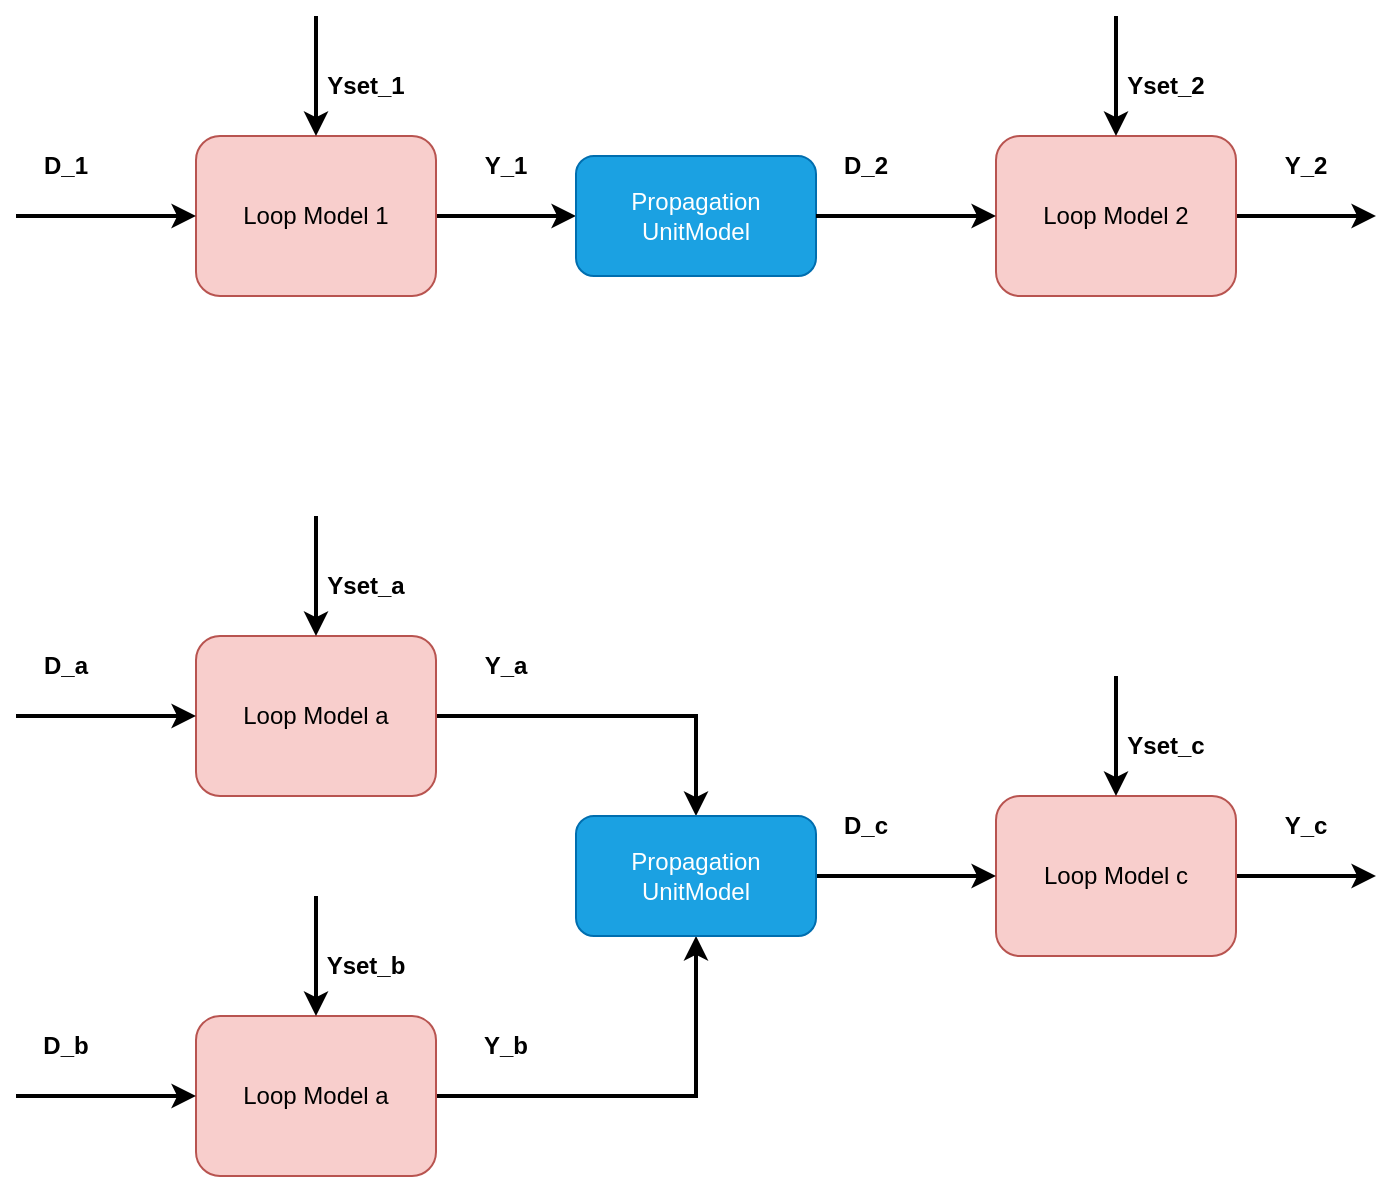
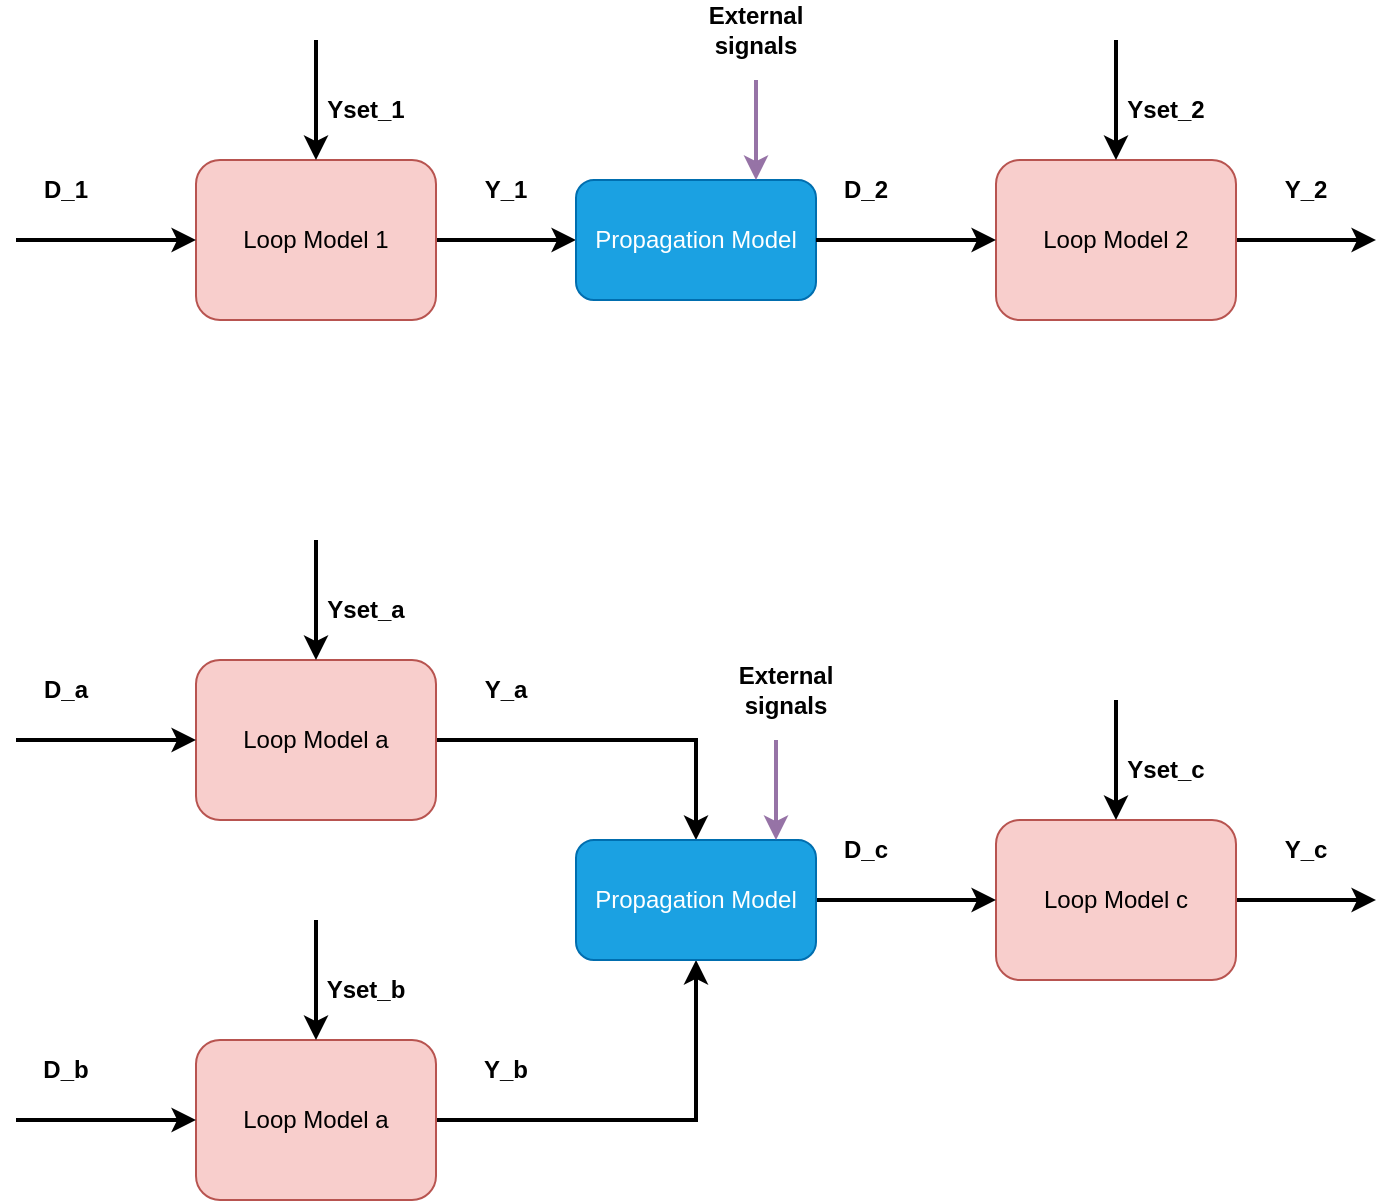
<mxfile host="app.diagrams.net" agent="5.0 (Windows NT 10.0; Win64; x64) AppleWebKit/537.36 (KHTML, like Gecko) Chrome/94.0.4606.81 Safari/537.36 Edg/94.0.992.50">
  <diagram id="fzO03wv9BZFiFF_Ac6_G" name="Page-1">
-     <mxGraphModel dx="1449" dy="1065" grid="1" gridSize="10" guides="1" tooltips="1" connect="1" arrows="1" fold="1" page="1" pageScale="1" pageWidth="850" pageHeight="1100" math="0" shadow="0">
+     <mxGraphModel dx="1370" dy="1002" grid="1" gridSize="10" guides="1" tooltips="1" connect="1" arrows="1" fold="1" page="1" pageScale="1" pageWidth="850" pageHeight="1100" math="0" shadow="0">
      <root>
        <mxCell id="0" />
        <mxCell id="1" parent="0" />
        <mxCell id="nUzw-Zuf8LoMZrGpods9-13" edge="1" parent="1" source="nUzw-Zuf8LoMZrGpods9-3" style="edgeStyle=orthogonalEdgeStyle;rounded=0;orthogonalLoop=1;jettySize=auto;html=1;exitX=1;exitY=0.5;exitDx=0;exitDy=0;strokeWidth=2;">
          <mxGeometry relative="1" as="geometry">
            <mxPoint x="350" y="160" as="targetPoint" />
          </mxGeometry>
        </mxCell>
        <mxCell id="nUzw-Zuf8LoMZrGpods9-3" parent="1" style="rounded=1;whiteSpace=wrap;html=1;fillColor=#f8cecc;strokeColor=#b85450;" value="Loop Model 1" vertex="1">
          <mxGeometry height="80" width="120" x="160" y="120" as="geometry" />
        </mxCell>
        <mxCell id="nUzw-Zuf8LoMZrGpods9-6" edge="1" parent="1" style="edgeStyle=segmentEdgeStyle;endArrow=classic;html=1;rounded=0;strokeWidth=2;entryX=0;entryY=0.5;entryDx=0;entryDy=0;fillColor=#f0a30a;strokeColor=#000000;" target="nUzw-Zuf8LoMZrGpods9-3" value="">
          <mxGeometry height="50" width="50" x="80" y="60" as="geometry">
            <Array as="points" />
            <mxPoint x="70" y="160" as="sourcePoint" />
            <mxPoint x="160" y="139" as="targetPoint" />
          </mxGeometry>
        </mxCell>
        <mxCell id="nUzw-Zuf8LoMZrGpods9-14" edge="1" parent="1" style="edgeStyle=segmentEdgeStyle;endArrow=classic;html=1;rounded=0;strokeWidth=2;entryX=0.5;entryY=0;entryDx=0;entryDy=0;fillColor=#f0a30a;strokeColor=#000000;" target="nUzw-Zuf8LoMZrGpods9-3" value="">
          <mxGeometry height="50" width="50" x="80" y="60" as="geometry">
            <mxPoint x="220" y="60" as="sourcePoint" />
            <mxPoint x="380" y="410" as="targetPoint" />
          </mxGeometry>
        </mxCell>
        <mxCell id="nUzw-Zuf8LoMZrGpods9-15" parent="1" style="text;html=1;strokeColor=none;fillColor=none;align=center;verticalAlign=middle;whiteSpace=wrap;rounded=0;" value="&lt;b&gt;D_1&lt;/b&gt;" vertex="1">
          <mxGeometry height="30" width="30" x="80" y="120" as="geometry" />
        </mxCell>
        <mxCell id="nUzw-Zuf8LoMZrGpods9-16" parent="1" style="text;html=1;strokeColor=none;fillColor=none;align=center;verticalAlign=middle;whiteSpace=wrap;rounded=0;" value="&lt;b&gt;Yset_1&lt;/b&gt;" vertex="1">
          <mxGeometry height="30" width="30" x="230" y="80" as="geometry" />
        </mxCell>
        <mxCell id="nUzw-Zuf8LoMZrGpods9-17" parent="1" style="text;html=1;strokeColor=none;fillColor=none;align=center;verticalAlign=middle;whiteSpace=wrap;rounded=0;" value="&lt;b&gt;Y_1&lt;/b&gt;" vertex="1">
          <mxGeometry height="30" width="30" x="300" y="120" as="geometry" />
        </mxCell>
        <mxCell id="nUzw-Zuf8LoMZrGpods9-19" edge="1" parent="1" source="nUzw-Zuf8LoMZrGpods9-20" style="edgeStyle=orthogonalEdgeStyle;rounded=0;orthogonalLoop=1;jettySize=auto;html=1;exitX=1;exitY=0.5;exitDx=0;exitDy=0;strokeWidth=2;entryX=0.5;entryY=0;entryDx=0;entryDy=0;" target="nUzw-Zuf8LoMZrGpods9-48">
          <mxGeometry relative="1" as="geometry">
            <mxPoint x="350" y="410" as="targetPoint" />
          </mxGeometry>
        </mxCell>
        <mxCell id="nUzw-Zuf8LoMZrGpods9-20" parent="1" style="rounded=1;whiteSpace=wrap;html=1;fillColor=#f8cecc;strokeColor=#b85450;" value="Loop Model a" vertex="1">
          <mxGeometry height="80" width="120" x="160" y="370" as="geometry" />
        </mxCell>
        <mxCell id="nUzw-Zuf8LoMZrGpods9-21" edge="1" parent="1" style="edgeStyle=segmentEdgeStyle;endArrow=classic;html=1;rounded=0;strokeWidth=2;entryX=0;entryY=0.5;entryDx=0;entryDy=0;fillColor=#f0a30a;strokeColor=#000000;" target="nUzw-Zuf8LoMZrGpods9-20" value="">
          <mxGeometry height="50" width="50" x="80" y="60" as="geometry">
            <Array as="points" />
            <mxPoint x="70" y="410" as="sourcePoint" />
            <mxPoint x="160" y="389" as="targetPoint" />
          </mxGeometry>
        </mxCell>
        <mxCell id="nUzw-Zuf8LoMZrGpods9-22" edge="1" parent="1" style="edgeStyle=segmentEdgeStyle;endArrow=classic;html=1;rounded=0;strokeWidth=2;entryX=0.5;entryY=0;entryDx=0;entryDy=0;fillColor=#f0a30a;strokeColor=#000000;" target="nUzw-Zuf8LoMZrGpods9-20" value="">
          <mxGeometry height="50" width="50" x="80" y="60" as="geometry">
            <mxPoint x="220" y="310" as="sourcePoint" />
            <mxPoint x="380" y="660" as="targetPoint" />
          </mxGeometry>
        </mxCell>
        <mxCell id="nUzw-Zuf8LoMZrGpods9-23" parent="1" style="text;html=1;strokeColor=none;fillColor=none;align=center;verticalAlign=middle;whiteSpace=wrap;rounded=0;" value="&lt;b&gt;D_a&lt;/b&gt;" vertex="1">
          <mxGeometry height="30" width="30" x="80" y="370" as="geometry" />
        </mxCell>
        <mxCell id="nUzw-Zuf8LoMZrGpods9-24" parent="1" style="text;html=1;strokeColor=none;fillColor=none;align=center;verticalAlign=middle;whiteSpace=wrap;rounded=0;" value="&lt;b&gt;Yset_a&lt;/b&gt;" vertex="1">
          <mxGeometry height="30" width="30" x="230" y="330" as="geometry" />
        </mxCell>
        <mxCell id="nUzw-Zuf8LoMZrGpods9-25" parent="1" style="text;html=1;strokeColor=none;fillColor=none;align=center;verticalAlign=middle;whiteSpace=wrap;rounded=0;" value="&lt;b&gt;Y_a&lt;/b&gt;" vertex="1">
          <mxGeometry height="30" width="30" x="300" y="370" as="geometry" />
        </mxCell>
-         <mxCell id="nUzw-Zuf8LoMZrGpods9-26" parent="1" style="rounded=1;whiteSpace=wrap;html=1;fillColor=#1ba1e2;strokeColor=#006EAF;fontColor=#ffffff;" value="Propagation UnitModel" vertex="1">
+         <mxCell id="nUzw-Zuf8LoMZrGpods9-26" parent="1" style="rounded=1;whiteSpace=wrap;html=1;fillColor=#1ba1e2;strokeColor=#006EAF;fontColor=#ffffff;" value="Propagation Model" vertex="1">
          <mxGeometry height="60" width="120" x="350" y="130" as="geometry" />
        </mxCell>
        <mxCell id="nUzw-Zuf8LoMZrGpods9-27" edge="1" parent="1" source="nUzw-Zuf8LoMZrGpods9-28" style="edgeStyle=orthogonalEdgeStyle;rounded=0;orthogonalLoop=1;jettySize=auto;html=1;exitX=1;exitY=0.5;exitDx=0;exitDy=0;strokeWidth=2;">
          <mxGeometry relative="1" as="geometry">
            <mxPoint x="750" y="160" as="targetPoint" />
          </mxGeometry>
        </mxCell>
        <mxCell id="nUzw-Zuf8LoMZrGpods9-28" parent="1" style="rounded=1;whiteSpace=wrap;html=1;fillColor=#f8cecc;strokeColor=#b85450;" value="Loop Model 2" vertex="1">
          <mxGeometry height="80" width="120" x="560" y="120" as="geometry" />
        </mxCell>
        <mxCell id="nUzw-Zuf8LoMZrGpods9-29" edge="1" parent="1" style="edgeStyle=segmentEdgeStyle;endArrow=classic;html=1;rounded=0;strokeWidth=2;entryX=0;entryY=0.5;entryDx=0;entryDy=0;fillColor=#f0a30a;strokeColor=#000000;" target="nUzw-Zuf8LoMZrGpods9-28" value="">
          <mxGeometry height="50" width="50" x="80" y="60" as="geometry">
            <Array as="points" />
            <mxPoint x="470" y="160" as="sourcePoint" />
            <mxPoint x="560" y="139" as="targetPoint" />
          </mxGeometry>
        </mxCell>
        <mxCell id="nUzw-Zuf8LoMZrGpods9-30" edge="1" parent="1" style="edgeStyle=segmentEdgeStyle;endArrow=classic;html=1;rounded=0;strokeWidth=2;entryX=0.5;entryY=0;entryDx=0;entryDy=0;fillColor=#f0a30a;strokeColor=#000000;" target="nUzw-Zuf8LoMZrGpods9-28" value="">
          <mxGeometry height="50" width="50" x="80" y="60" as="geometry">
            <mxPoint x="620" y="60" as="sourcePoint" />
            <mxPoint x="780" y="410" as="targetPoint" />
          </mxGeometry>
        </mxCell>
        <mxCell id="nUzw-Zuf8LoMZrGpods9-31" parent="1" style="text;html=1;strokeColor=none;fillColor=none;align=center;verticalAlign=middle;whiteSpace=wrap;rounded=0;" value="&lt;b&gt;D_2&lt;/b&gt;" vertex="1">
          <mxGeometry height="30" width="30" x="480" y="120" as="geometry" />
        </mxCell>
        <mxCell id="nUzw-Zuf8LoMZrGpods9-32" parent="1" style="text;html=1;strokeColor=none;fillColor=none;align=center;verticalAlign=middle;whiteSpace=wrap;rounded=0;" value="&lt;b&gt;Yset_2&lt;/b&gt;" vertex="1">
          <mxGeometry height="30" width="30" x="630" y="80" as="geometry" />
        </mxCell>
        <mxCell id="nUzw-Zuf8LoMZrGpods9-33" parent="1" style="text;html=1;strokeColor=none;fillColor=none;align=center;verticalAlign=middle;whiteSpace=wrap;rounded=0;" value="&lt;b&gt;Y_2&lt;/b&gt;" vertex="1">
          <mxGeometry height="30" width="30" x="700" y="120" as="geometry" />
        </mxCell>
        <mxCell id="nUzw-Zuf8LoMZrGpods9-34" edge="1" parent="1" source="nUzw-Zuf8LoMZrGpods9-35" style="edgeStyle=orthogonalEdgeStyle;rounded=0;orthogonalLoop=1;jettySize=auto;html=1;exitX=1;exitY=0.5;exitDx=0;exitDy=0;strokeWidth=2;entryX=0.5;entryY=1;entryDx=0;entryDy=0;" target="nUzw-Zuf8LoMZrGpods9-48">
          <mxGeometry relative="1" as="geometry">
            <mxPoint x="350" y="600" as="targetPoint" />
          </mxGeometry>
        </mxCell>
        <mxCell id="nUzw-Zuf8LoMZrGpods9-35" parent="1" style="rounded=1;whiteSpace=wrap;html=1;fillColor=#f8cecc;strokeColor=#b85450;" value="Loop Model a" vertex="1">
          <mxGeometry height="80" width="120" x="160" y="560" as="geometry" />
        </mxCell>
        <mxCell id="nUzw-Zuf8LoMZrGpods9-36" edge="1" parent="1" style="edgeStyle=segmentEdgeStyle;endArrow=classic;html=1;rounded=0;strokeWidth=2;entryX=0;entryY=0.5;entryDx=0;entryDy=0;fillColor=#f0a30a;strokeColor=#000000;" target="nUzw-Zuf8LoMZrGpods9-35" value="">
          <mxGeometry height="50" width="50" x="80" y="60" as="geometry">
            <Array as="points" />
            <mxPoint x="70" y="600" as="sourcePoint" />
            <mxPoint x="160" y="579" as="targetPoint" />
          </mxGeometry>
        </mxCell>
        <mxCell id="nUzw-Zuf8LoMZrGpods9-37" edge="1" parent="1" style="edgeStyle=segmentEdgeStyle;endArrow=classic;html=1;rounded=0;strokeWidth=2;entryX=0.5;entryY=0;entryDx=0;entryDy=0;fillColor=#f0a30a;strokeColor=#000000;" target="nUzw-Zuf8LoMZrGpods9-35" value="">
          <mxGeometry height="50" width="50" x="80" y="60" as="geometry">
            <mxPoint x="220" y="500" as="sourcePoint" />
            <mxPoint x="380" y="850" as="targetPoint" />
          </mxGeometry>
        </mxCell>
        <mxCell id="nUzw-Zuf8LoMZrGpods9-38" parent="1" style="text;html=1;strokeColor=none;fillColor=none;align=center;verticalAlign=middle;whiteSpace=wrap;rounded=0;" value="&lt;b&gt;D_b&lt;/b&gt;" vertex="1">
          <mxGeometry height="30" width="30" x="80" y="560" as="geometry" />
        </mxCell>
        <mxCell id="nUzw-Zuf8LoMZrGpods9-39" parent="1" style="text;html=1;strokeColor=none;fillColor=none;align=center;verticalAlign=middle;whiteSpace=wrap;rounded=0;" value="&lt;b&gt;Yset_b&lt;/b&gt;" vertex="1">
          <mxGeometry height="30" width="30" x="230" y="520" as="geometry" />
        </mxCell>
        <mxCell id="nUzw-Zuf8LoMZrGpods9-40" parent="1" style="text;html=1;strokeColor=none;fillColor=none;align=center;verticalAlign=middle;whiteSpace=wrap;rounded=0;" value="&lt;b&gt;Y_b&lt;/b&gt;" vertex="1">
          <mxGeometry height="30" width="30" x="300" y="560" as="geometry" />
        </mxCell>
        <mxCell id="nUzw-Zuf8LoMZrGpods9-41" edge="1" parent="1" source="nUzw-Zuf8LoMZrGpods9-42" style="edgeStyle=orthogonalEdgeStyle;rounded=0;orthogonalLoop=1;jettySize=auto;html=1;exitX=1;exitY=0.5;exitDx=0;exitDy=0;strokeWidth=2;">
          <mxGeometry relative="1" as="geometry">
            <mxPoint x="750" y="490" as="targetPoint" />
          </mxGeometry>
        </mxCell>
        <mxCell id="nUzw-Zuf8LoMZrGpods9-42" parent="1" style="rounded=1;whiteSpace=wrap;html=1;fillColor=#f8cecc;strokeColor=#b85450;" value="Loop Model c" vertex="1">
          <mxGeometry height="80" width="120" x="560" y="450" as="geometry" />
        </mxCell>
        <mxCell id="nUzw-Zuf8LoMZrGpods9-43" edge="1" parent="1" style="edgeStyle=segmentEdgeStyle;endArrow=classic;html=1;rounded=0;strokeWidth=2;entryX=0;entryY=0.5;entryDx=0;entryDy=0;fillColor=#f0a30a;strokeColor=#000000;" target="nUzw-Zuf8LoMZrGpods9-42" value="">
          <mxGeometry height="50" width="50" x="80" y="60" as="geometry">
            <Array as="points" />
            <mxPoint x="470" y="490" as="sourcePoint" />
            <mxPoint x="560" y="469" as="targetPoint" />
          </mxGeometry>
        </mxCell>
        <mxCell id="nUzw-Zuf8LoMZrGpods9-44" edge="1" parent="1" style="edgeStyle=segmentEdgeStyle;endArrow=classic;html=1;rounded=0;strokeWidth=2;entryX=0.5;entryY=0;entryDx=0;entryDy=0;fillColor=#f0a30a;strokeColor=#000000;" target="nUzw-Zuf8LoMZrGpods9-42" value="">
          <mxGeometry height="50" width="50" x="80" y="60" as="geometry">
            <mxPoint x="620" y="390" as="sourcePoint" />
            <mxPoint x="780" y="740" as="targetPoint" />
          </mxGeometry>
        </mxCell>
        <mxCell id="nUzw-Zuf8LoMZrGpods9-45" parent="1" style="text;html=1;strokeColor=none;fillColor=none;align=center;verticalAlign=middle;whiteSpace=wrap;rounded=0;" value="&lt;b&gt;D_c&lt;/b&gt;" vertex="1">
          <mxGeometry height="30" width="30" x="480" y="450" as="geometry" />
        </mxCell>
        <mxCell id="nUzw-Zuf8LoMZrGpods9-46" parent="1" style="text;html=1;strokeColor=none;fillColor=none;align=center;verticalAlign=middle;whiteSpace=wrap;rounded=0;" value="&lt;b&gt;Yset_c&lt;/b&gt;" vertex="1">
          <mxGeometry height="30" width="30" x="630" y="410" as="geometry" />
        </mxCell>
        <mxCell id="nUzw-Zuf8LoMZrGpods9-47" parent="1" style="text;html=1;strokeColor=none;fillColor=none;align=center;verticalAlign=middle;whiteSpace=wrap;rounded=0;" value="&lt;b&gt;Y_c&lt;/b&gt;" vertex="1">
          <mxGeometry height="30" width="30" x="700" y="450" as="geometry" />
        </mxCell>
-         <mxCell id="nUzw-Zuf8LoMZrGpods9-48" parent="1" style="rounded=1;whiteSpace=wrap;html=1;fillColor=#1ba1e2;strokeColor=#006EAF;fontColor=#ffffff;" value="Propagation UnitModel" vertex="1">
+         <mxCell id="nUzw-Zuf8LoMZrGpods9-48" parent="1" style="rounded=1;whiteSpace=wrap;html=1;fillColor=#1ba1e2;strokeColor=#006EAF;fontColor=#ffffff;" value="Propagation Model" vertex="1">
          <mxGeometry height="60" width="120" x="350" y="460" as="geometry" />
+         </mxCell>
+         <mxCell id="x9lVfQ2LbQ-bOCy7WZbQ-1" edge="1" parent="1" style="endArrow=classic;html=1;rounded=0;entryX=0.75;entryY=0;entryDx=0;entryDy=0;strokeWidth=2;fillColor=#e1d5e7;strokeColor=#9673a6;" target="nUzw-Zuf8LoMZrGpods9-26" value="">
+           <mxGeometry height="50" relative="1" width="50" as="geometry">
+             <mxPoint x="440" y="80" as="sourcePoint" />
+             <mxPoint x="450" y="300" as="targetPoint" />
+           </mxGeometry>
+         </mxCell>
+         <mxCell id="x9lVfQ2LbQ-bOCy7WZbQ-2" edge="1" parent="1" style="endArrow=classic;html=1;rounded=0;entryX=0.75;entryY=0;entryDx=0;entryDy=0;strokeWidth=2;fillColor=#e1d5e7;strokeColor=#9673a6;" value="">
+           <mxGeometry height="50" relative="1" width="50" as="geometry">
+             <mxPoint x="450" y="410" as="sourcePoint" />
+             <mxPoint x="450" y="460" as="targetPoint" />
+           </mxGeometry>
+         </mxCell>
+         <mxCell id="x9lVfQ2LbQ-bOCy7WZbQ-3" parent="1" style="text;html=1;strokeColor=none;fillColor=none;align=center;verticalAlign=middle;whiteSpace=wrap;rounded=0;" value="&lt;b&gt;External signals&lt;/b&gt;" vertex="1">
+           <mxGeometry height="30" width="30" x="440" y="370" as="geometry" />
+         </mxCell>
+         <mxCell id="x9lVfQ2LbQ-bOCy7WZbQ-4" parent="1" style="text;html=1;strokeColor=none;fillColor=none;align=center;verticalAlign=middle;whiteSpace=wrap;rounded=0;" value="&lt;b&gt;External signals&lt;/b&gt;" vertex="1">
+           <mxGeometry height="30" width="30" x="425" y="40" as="geometry" />
        </mxCell>
      </root>
    </mxGraphModel>
  </diagram>
</mxfile>
